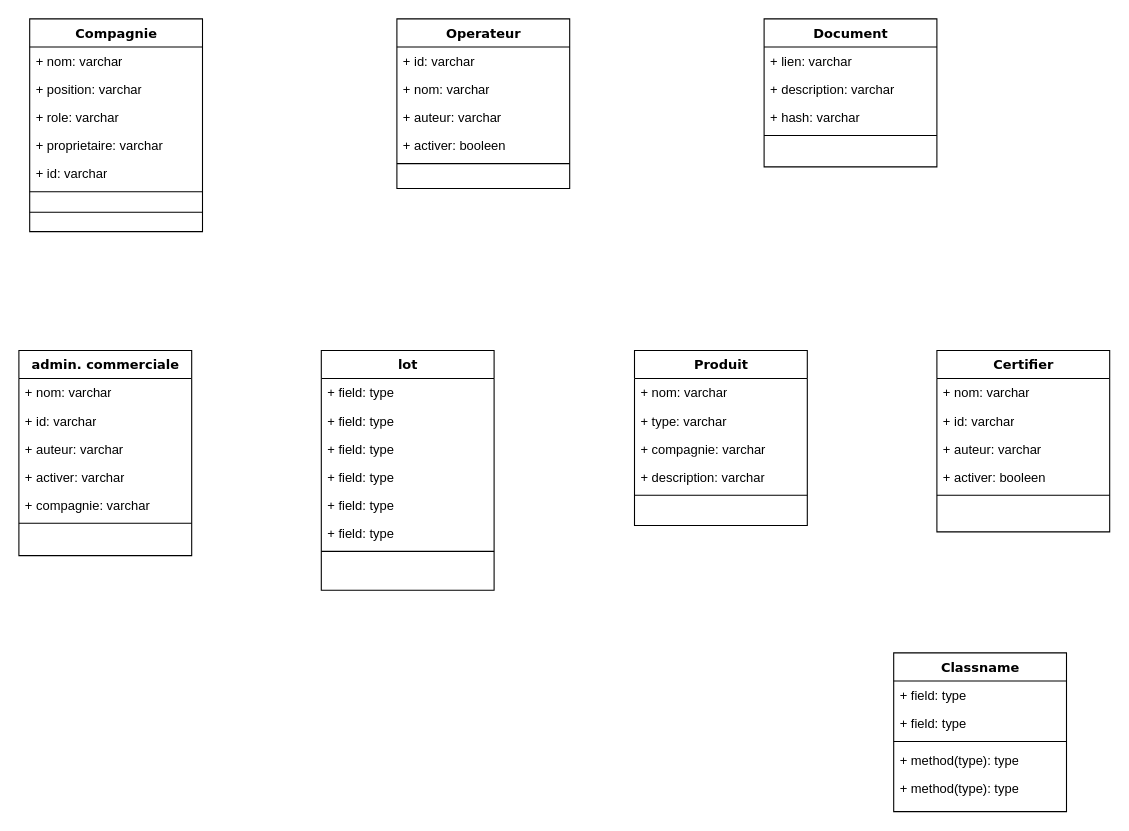
Earlier version of the draw.io diagram Untitled Diagram.drawio (loosker95/diagram). Source tidied: cells renumbered, new cells numbered last; positions are measured from the earlier drawing's top-left corner, leaving out a move shared by most shapes. Both pictures are drawn from the tidied source at 108%, with x=0, y=0 at pixel (18, 18).
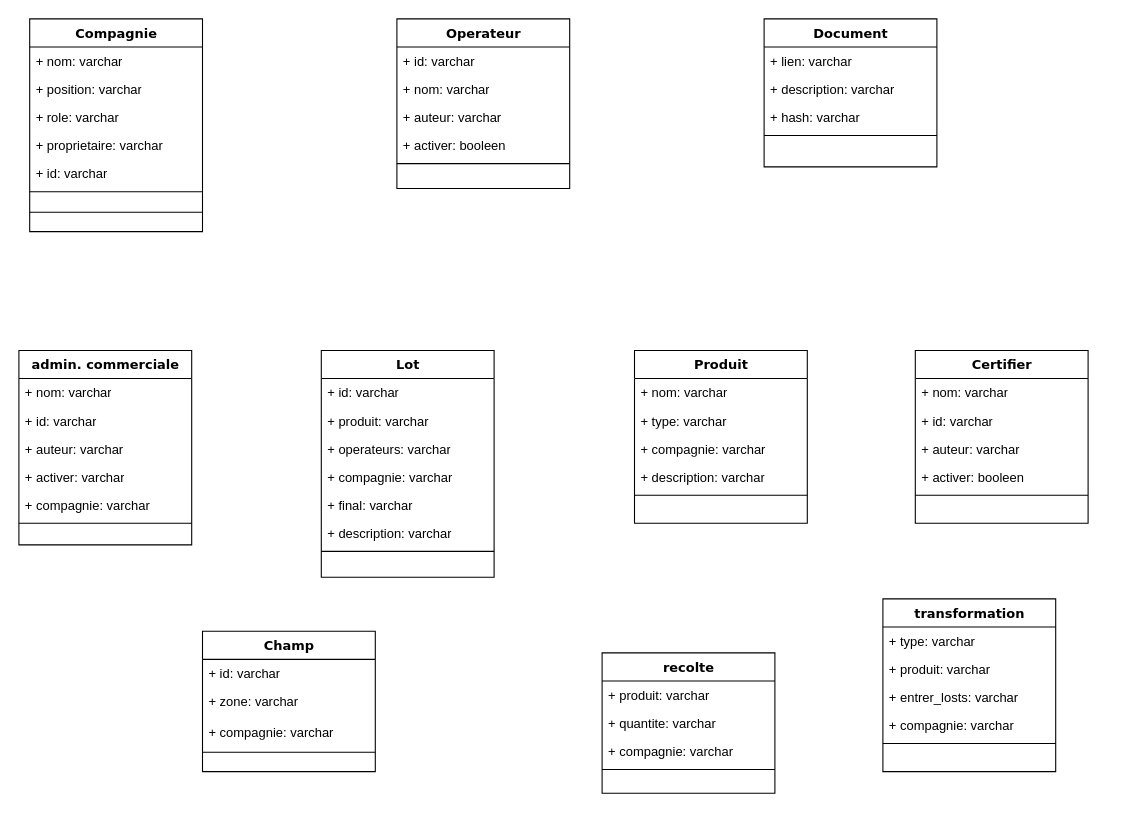
After the change.

Diff of the diagram source:
```diff
@@
     <mxCell id="21" value="admin. commerciale" style="swimlane;html=1;fontStyle=1;align=center;verticalAlign=top;horizontal=1;startSize=26;swimlaneFillColor=#ffffff;rounded=0;shadow=0;comic=0;labelBackgroundColor=none;strokeWidth=1;fillColor=none;fontFamily=Verdana;fontSize=12;" parent="1" vertex="1">
-      <mxGeometry y="307" width="160" height="190" as="geometry" />
+      <mxGeometry y="307" width="160" height="180" as="geometry" />
     </mxCell>
@@
-    <mxCell id="28" value="Classname" style="swimlane;html=1;fontStyle=1;align=center;verticalAlign=top;horizontal=1;startSize=26;swimlaneFillColor=#ffffff;rounded=0;shadow=0;comic=0;labelBackgroundColor=none;strokeWidth=1;fillColor=none;fontFamily=Verdana;fontSize=12;" parent="1" vertex="1">
-      <mxGeometry x="810" y="587" width="160" height="147" as="geometry" />
-    </mxCell>
-    <mxCell id="29" value="+ field: type" style="text;html=1;strokeColor=none;fillColor=none;align=left;verticalAlign=top;spacingLeft=4;spacingRight=4;whiteSpace=wrap;overflow=hidden;" parent="28" vertex="1">
-      <mxGeometry y="26" width="160" height="26" as="geometry" />
-    </mxCell>
-    <mxCell id="30" value="+ field: type" style="text;html=1;strokeColor=none;fillColor=none;align=left;verticalAlign=top;spacingLeft=4;spacingRight=4;whiteSpace=wrap;overflow=hidden;" parent="28" vertex="1">
-      <mxGeometry y="52" width="160" height="26" as="geometry" />
-    </mxCell>
-    <mxCell id="31" style="line;html=1;strokeWidth=1;fillColor=none;align=left;verticalAlign=middle;spacingTop=-1;spacingLeft=3;spacingRight=3;labelPosition=right;" parent="28" vertex="1">
-      <mxGeometry y="78" width="160" height="8" as="geometry" />
-    </mxCell>
-    <mxCell id="32" value="+ method(type): type" style="text;html=1;strokeColor=none;fillColor=none;align=left;verticalAlign=top;spacingLeft=4;spacingRight=4;whiteSpace=wrap;overflow=hidden;" parent="28" vertex="1">
-      <mxGeometry y="86" width="160" height="26" as="geometry" />
-    </mxCell>
-    <mxCell id="33" value="+ method(type): type" style="text;html=1;strokeColor=none;fillColor=none;align=left;verticalAlign=top;spacingLeft=4;spacingRight=4;whiteSpace=wrap;overflow=hidden;" parent="28" vertex="1">
-      <mxGeometry y="112" width="160" height="26" as="geometry" />
-    </mxCell>
     <mxCell id="34" value="Produit" style="swimlane;html=1;fontStyle=1;align=center;verticalAlign=top;horizontal=1;startSize=26;swimlaneFillColor=#ffffff;rounded=0;shadow=0;comic=0;labelBackgroundColor=none;strokeWidth=1;fillColor=none;fontFamily=Verdana;fontSize=12;" parent="1" vertex="1">
-      <mxGeometry x="570" y="307" width="160" height="162" as="geometry" />
+      <mxGeometry x="570" y="307" width="160" height="160" as="geometry" />
     </mxCell>
@@
-    <mxCell id="40" value="lot" style="swimlane;html=1;fontStyle=1;align=center;verticalAlign=top;horizontal=1;startSize=26;swimlaneFillColor=#ffffff;rounded=0;shadow=0;comic=0;labelBackgroundColor=none;strokeWidth=1;fillColor=none;fontFamily=Verdana;fontSize=12;" parent="1" vertex="1">
-      <mxGeometry x="280" y="307" width="160" height="222" as="geometry" />
+    <mxCell id="40" value="Lot" style="swimlane;html=1;fontStyle=1;align=center;verticalAlign=top;horizontal=1;startSize=26;swimlaneFillColor=#ffffff;rounded=0;shadow=0;comic=0;labelBackgroundColor=none;strokeWidth=1;fillColor=none;fontFamily=Verdana;fontSize=12;" parent="1" vertex="1">
+      <mxGeometry x="280" y="307" width="160" height="210" as="geometry" />
     </mxCell>
-    <mxCell id="41" value="+ field: type" style="text;html=1;strokeColor=none;fillColor=none;align=left;verticalAlign=top;spacingLeft=4;spacingRight=4;whiteSpace=wrap;overflow=hidden;" parent="40" vertex="1">
+    <mxCell id="41" value="+ id: varchar" style="text;html=1;strokeColor=none;fillColor=none;align=left;verticalAlign=top;spacingLeft=4;spacingRight=4;whiteSpace=wrap;overflow=hidden;" parent="40" vertex="1">
       <mxGeometry y="26" width="160" height="26" as="geometry" />
     </mxCell>
-    <mxCell id="42" value="+ field: type" style="text;html=1;strokeColor=none;fillColor=none;align=left;verticalAlign=top;spacingLeft=4;spacingRight=4;whiteSpace=wrap;overflow=hidden;" parent="40" vertex="1">
+    <mxCell id="42" value="+ produit: varchar" style="text;html=1;strokeColor=none;fillColor=none;align=left;verticalAlign=top;spacingLeft=4;spacingRight=4;whiteSpace=wrap;overflow=hidden;" parent="40" vertex="1">
       <mxGeometry y="52" width="160" height="26" as="geometry" />
     </mxCell>
-    <mxCell id="43" value="+ field: type" style="text;html=1;strokeColor=none;fillColor=none;align=left;verticalAlign=top;spacingLeft=4;spacingRight=4;whiteSpace=wrap;overflow=hidden;" parent="40" vertex="1">
+    <mxCell id="43" value="+ operateurs: varchar" style="text;html=1;strokeColor=none;fillColor=none;align=left;verticalAlign=top;spacingLeft=4;spacingRight=4;whiteSpace=wrap;overflow=hidden;" parent="40" vertex="1">
       <mxGeometry y="78" width="160" height="26" as="geometry" />
     </mxCell>
-    <mxCell id="44" value="+ field: type" style="text;html=1;strokeColor=none;fillColor=none;align=left;verticalAlign=top;spacingLeft=4;spacingRight=4;whiteSpace=wrap;overflow=hidden;" parent="40" vertex="1">
+    <mxCell id="44" value="+ compagnie: varchar" style="text;html=1;strokeColor=none;fillColor=none;align=left;verticalAlign=top;spacingLeft=4;spacingRight=4;whiteSpace=wrap;overflow=hidden;" parent="40" vertex="1">
       <mxGeometry y="104" width="160" height="26" as="geometry" />
     </mxCell>
-    <mxCell id="45" value="+ field: type" style="text;html=1;strokeColor=none;fillColor=none;align=left;verticalAlign=top;spacingLeft=4;spacingRight=4;whiteSpace=wrap;overflow=hidden;" parent="40" vertex="1">
+    <mxCell id="45" value="+ final: varchar" style="text;html=1;strokeColor=none;fillColor=none;align=left;verticalAlign=top;spacingLeft=4;spacingRight=4;whiteSpace=wrap;overflow=hidden;" parent="40" vertex="1">
       <mxGeometry y="130" width="160" height="26" as="geometry" />
     </mxCell>
-    <mxCell id="46" value="+ field: type" style="text;html=1;strokeColor=none;fillColor=none;align=left;verticalAlign=top;spacingLeft=4;spacingRight=4;whiteSpace=wrap;overflow=hidden;" parent="40" vertex="1">
+    <mxCell id="46" value="+ description: varchar" style="text;html=1;strokeColor=none;fillColor=none;align=left;verticalAlign=top;spacingLeft=4;spacingRight=4;whiteSpace=wrap;overflow=hidden;" parent="40" vertex="1">
       <mxGeometry y="156" width="160" height="26" as="geometry" />
     </mxCell>
@@
     <mxCell id="48" value="Certifier" style="swimlane;html=1;fontStyle=1;align=center;verticalAlign=top;horizontal=1;startSize=26;swimlaneFillColor=#ffffff;rounded=0;shadow=0;comic=0;labelBackgroundColor=none;strokeWidth=1;fillColor=none;fontFamily=Verdana;fontSize=12;" parent="1" vertex="1">
-      <mxGeometry x="850" y="307" width="160" height="168" as="geometry" />
+      <mxGeometry x="830" y="307" width="160" height="160" as="geometry" />
     </mxCell>
@@
+    <mxCell id="54" value="recolte" style="swimlane;html=1;fontStyle=1;align=center;verticalAlign=top;horizontal=1;startSize=26;swimlaneFillColor=#ffffff;rounded=0;shadow=0;comic=0;labelBackgroundColor=none;strokeWidth=1;fillColor=none;fontFamily=Verdana;fontSize=12;" parent="1" vertex="1">
+      <mxGeometry x="540" y="587" width="160" height="130" as="geometry" />
+    </mxCell>
+    <mxCell id="55" value="+ produit: varchar&amp;nbsp;" style="text;html=1;strokeColor=none;fillColor=none;align=left;verticalAlign=top;spacingLeft=4;spacingRight=4;whiteSpace=wrap;overflow=hidden;" parent="54" vertex="1">
+      <mxGeometry y="26" width="160" height="26" as="geometry" />
+    </mxCell>
+    <mxCell id="56" value="+ quantite: varchar" style="text;html=1;strokeColor=none;fillColor=none;align=left;verticalAlign=top;spacingLeft=4;spacingRight=4;whiteSpace=wrap;overflow=hidden;" parent="54" vertex="1">
+      <mxGeometry y="52" width="160" height="26" as="geometry" />
+    </mxCell>
+    <mxCell id="57" value="+ compagnie: varchar" style="text;html=1;strokeColor=none;fillColor=none;align=left;verticalAlign=top;spacingLeft=4;spacingRight=4;whiteSpace=wrap;overflow=hidden;" parent="54" vertex="1">
+      <mxGeometry y="78" width="160" height="26" as="geometry" />
+    </mxCell>
+    <mxCell id="58" style="line;html=1;strokeWidth=1;fillColor=none;align=left;verticalAlign=middle;spacingTop=-1;spacingLeft=3;spacingRight=3;labelPosition=right;" parent="54" vertex="1">
+      <mxGeometry y="104" width="160" height="8" as="geometry" />
+    </mxCell>
+    <mxCell id="59" value="Champ" style="swimlane;html=1;fontStyle=1;align=center;verticalAlign=top;horizontal=1;startSize=26;swimlaneFillColor=#ffffff;rounded=0;shadow=0;comic=0;labelBackgroundColor=none;strokeWidth=1;fillColor=none;fontFamily=Verdana;fontSize=12;" parent="1" vertex="1">
+      <mxGeometry x="170" y="567" width="160" height="130" as="geometry" />
+    </mxCell>
+    <mxCell id="60" value="+ id: varchar&lt;br&gt;" style="text;html=1;strokeColor=none;fillColor=none;align=left;verticalAlign=top;spacingLeft=4;spacingRight=4;whiteSpace=wrap;overflow=hidden;" parent="59" vertex="1">
+      <mxGeometry y="26" width="160" height="26" as="geometry" />
+    </mxCell>
+    <mxCell id="61" value="+ zone: varchar" style="text;html=1;strokeColor=none;fillColor=none;align=left;verticalAlign=top;spacingLeft=4;spacingRight=4;whiteSpace=wrap;overflow=hidden;" parent="59" vertex="1">
+      <mxGeometry y="52" width="160" height="28" as="geometry" />
+    </mxCell>
+    <mxCell id="62" value="+ compagnie: varchar" style="text;html=1;strokeColor=none;fillColor=none;align=left;verticalAlign=top;spacingLeft=4;spacingRight=4;whiteSpace=wrap;overflow=hidden;" parent="59" vertex="1">
+      <mxGeometry y="80" width="160" height="28" as="geometry" />
+    </mxCell>
+    <mxCell id="63" style="line;html=1;strokeWidth=1;fillColor=none;align=left;verticalAlign=middle;spacingTop=-1;spacingLeft=3;spacingRight=3;labelPosition=right;" parent="59" vertex="1">
+      <mxGeometry y="108" width="160" height="8" as="geometry" />
+    </mxCell>
+    <mxCell id="28" value="transformation" style="swimlane;html=1;fontStyle=1;align=center;verticalAlign=top;horizontal=1;startSize=26;swimlaneFillColor=#ffffff;rounded=0;shadow=0;comic=0;labelBackgroundColor=none;strokeWidth=1;fillColor=none;fontFamily=Verdana;fontSize=12;" parent="1" vertex="1">
+      <mxGeometry x="800" y="537" width="160" height="160" as="geometry" />
+    </mxCell>
+    <mxCell id="29" value="+ type: varchar" style="text;html=1;strokeColor=none;fillColor=none;align=left;verticalAlign=top;spacingLeft=4;spacingRight=4;whiteSpace=wrap;overflow=hidden;" parent="28" vertex="1">
+      <mxGeometry y="26" width="160" height="26" as="geometry" />
+    </mxCell>
+    <mxCell id="30" value="+ produit: varchar" style="text;html=1;strokeColor=none;fillColor=none;align=left;verticalAlign=top;spacingLeft=4;spacingRight=4;whiteSpace=wrap;overflow=hidden;" parent="28" vertex="1">
+      <mxGeometry y="52" width="160" height="26" as="geometry" />
+    </mxCell>
+    <mxCell id="64" value="+ entrer_losts: varchar" style="text;html=1;strokeColor=none;fillColor=none;align=left;verticalAlign=top;spacingLeft=4;spacingRight=4;whiteSpace=wrap;overflow=hidden;" parent="28" vertex="1">
+      <mxGeometry y="78" width="160" height="26" as="geometry" />
+    </mxCell>
+    <mxCell id="65" value="+ compagnie: varchar" style="text;html=1;strokeColor=none;fillColor=none;align=left;verticalAlign=top;spacingLeft=4;spacingRight=4;whiteSpace=wrap;overflow=hidden;" parent="28" vertex="1">
+      <mxGeometry y="104" width="160" height="26" as="geometry" />
+    </mxCell>
+    <mxCell id="31" style="line;html=1;strokeWidth=1;fillColor=none;align=left;verticalAlign=middle;spacingTop=-1;spacingLeft=3;spacingRight=3;labelPosition=right;" parent="28" vertex="1">
+      <mxGeometry y="130" width="160" height="8" as="geometry" />
+    </mxCell>
```
